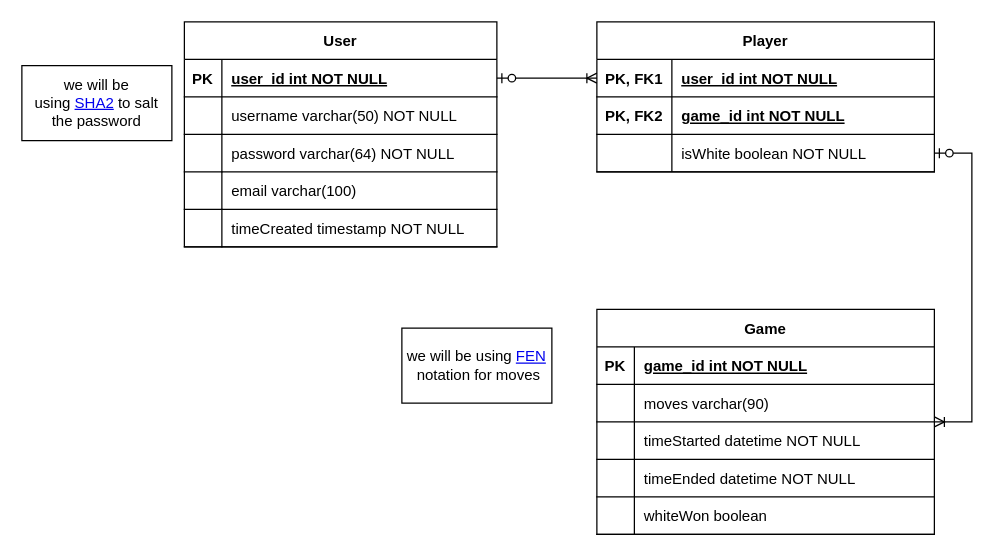
Above: public/nea/Designed SQL.drawio in Ultrasonic1209/chess-app-frontend (draw.io), before the change. Source tidied: cells renumbered, new cells numbered last; positions are measured from the earlier drawing's top-left corner, leaving out a move shared by most shapes. Both pictures are drawn from the tidied source at 125%, with x=0, y=0 at pixel (21, 21).
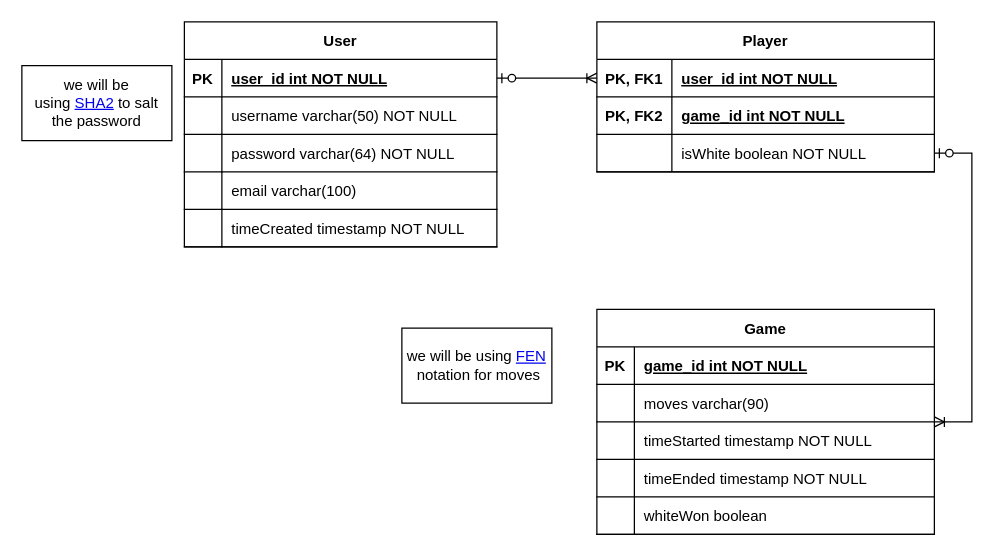
Above is the later version.

The change refers to these unchanged cells:
```xml
<mxCell id="36" style="shape=partialRectangle;fillColor=none;top=0;left=0;right=0;bottom=1;" parent="29" vertex="1">
  <mxGeometry y="90" width="270" height="30" as="geometry" />
</mxCell>
<mxCell id="39" style="shape=partialRectangle;fillColor=none;top=0;left=0;right=0;bottom=1;" parent="29" vertex="1">
  <mxGeometry y="120" width="270" height="30" as="geometry" />
</mxCell>
```

What changed in the source:
```diff
@@
-    <mxCell id="38" value="timeStarted datetime NOT NULL " style="shape=partialRectangle;overflow=hidden;fillColor=none;top=0;left=0;bottom=0;right=0;align=left;spacingLeft=6;fontStyle=0;" parent="36" vertex="1">
+    <mxCell id="38" value="timeStarted timestamp NOT NULL " style="shape=partialRectangle;overflow=hidden;fillColor=none;top=0;left=0;bottom=0;right=0;align=left;spacingLeft=6;fontStyle=0;" parent="36" vertex="1">
       <mxGeometry x="30" width="240" height="30" as="geometry" />
     </mxCell>
@@
-    <mxCell id="41" value="timeEnded datetime NOT NULL " style="shape=partialRectangle;overflow=hidden;fillColor=none;top=0;left=0;bottom=0;right=0;align=left;spacingLeft=6;fontStyle=0;" parent="39" vertex="1">
+    <mxCell id="41" value="timeEnded timestamp NOT NULL " style="shape=partialRectangle;overflow=hidden;fillColor=none;top=0;left=0;bottom=0;right=0;align=left;spacingLeft=6;fontStyle=0;" parent="39" vertex="1">
       <mxGeometry x="30" width="240" height="30" as="geometry" />
     </mxCell>
```
